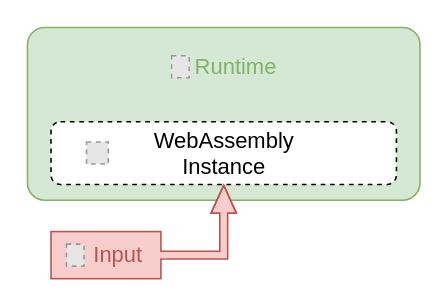
martin-fink/msc-thesis keeps this draw.io diagram as figures/sources/wasm-internal-mem-safety.drawio. Above is the earlier version. Source tidied: cells renumbered, new cells numbered last; positions are measured from the earlier drawing's top-left corner, leaving out a move shared by most shapes. Both pictures are drawn from the tidied source at 157%, with x=0, y=0 at pixel (27, 27). Pictures stored in the file or linked from it are replaced by grey dashed boxes.
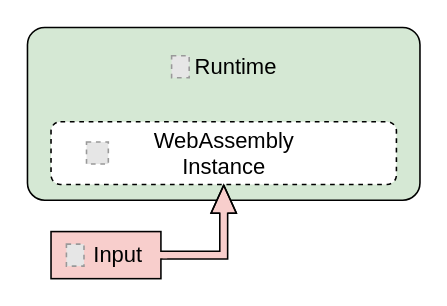
After the change.

What changed in the source:
```diff
@@
 <mxGraphModel>
   <root>
     <mxCell id="0" />
     <mxCell id="1" parent="0" />
-    <mxCell id="2" style="rounded=1;whiteSpace=wrap;html=1;arcSize=10;fillColor=#d5e8d4;strokeColor=#82b366;" parent="1" vertex="1">
+    <mxCell id="2" style="rounded=1;whiteSpace=wrap;html=1;arcSize=10;fillColor=#d5e8d4;strokeColor=#000000;" parent="1" vertex="1">
       <mxGeometry width="250" height="110" as="geometry" />
     </mxCell>
     <mxCell id="3" style="rounded=1;whiteSpace=wrap;html=1;arcSize=15;dashed=1;" parent="1" vertex="1">
       <mxGeometry x="15" y="60" width="220" height="40" as="geometry" />
     </mxCell>
     <mxCell id="4" value="WebAssembly Instance" style="text;html=1;strokeColor=none;fillColor=none;align=center;verticalAlign=middle;whiteSpace=wrap;rounded=0;fontSize=14;fontFamily=Computer Modern;" parent="1" vertex="1">
       <mxGeometry x="51.5" y="65" width="147" height="30" as="geometry" />
     </mxCell>
-    <mxCell id="5" style="edgeStyle=orthogonalEdgeStyle;rounded=0;jettySize=auto;html=1;entryX=0.5;entryY=1;entryDx=0;entryDy=0;shape=flexArrow;fillColor=#f8cecc;width=5;endSize=5.6000000000000005;endWidth=10.15763168012303;strokeColor=#b85450;" parent="1" edge="1" source="6" target="3">
+    <mxCell id="5" style="edgeStyle=orthogonalEdgeStyle;rounded=0;jettySize=auto;html=1;entryX=0.5;entryY=1;entryDx=0;entryDy=0;shape=flexArrow;fillColor=#f8cecc;width=5;endSize=5.6000000000000005;endWidth=10.15763168012303;strokeColor=#000000;" parent="1" edge="1" source="6" target="3">
       <mxGeometry relative="1" as="geometry">
         <Array as="points">
           <mxPoint x="125" y="145" />
         </Array>
       </mxGeometry>
     </mxCell>
-    <mxCell id="6" style="rounded=0;whiteSpace=wrap;html=1;fillColor=#f8cecc;strokeColor=#b85450;" parent="1" vertex="1">
+    <mxCell id="6" style="rounded=0;whiteSpace=wrap;html=1;fillColor=#f8cecc;strokeColor=#000000;" parent="1" vertex="1">
       <mxGeometry x="15" y="130" width="70" height="30" as="geometry" />
     </mxCell>
-    <mxCell id="7" value="Input" style="text;html=1;strokeColor=none;fillColor=none;align=center;verticalAlign=middle;whiteSpace=wrap;rounded=0;fontSize=14;fontFamily=Computer Modern;fontColor=#b85450;" parent="1" vertex="1">
+    <mxCell id="7" value="Input" style="text;html=1;strokeColor=none;fillColor=none;align=center;verticalAlign=middle;whiteSpace=wrap;rounded=0;fontSize=14;fontFamily=Computer Modern;fontColor=#000000;" parent="1" vertex="1">
       <mxGeometry x="36" y="130" width="44" height="30" as="geometry" />
     </mxCell>
-    <mxCell id="8" style="fillColor=#E6E6E6;strokeColor=#999999;dashed=1;verticalLabelPosition=bottom;labelBackgroundColor=default;verticalAlign=top;" parent="1" vertex="1">
-      <mxGeometry x="24.8" y="138" width="11.2" height="14" as="geometry" />
-    </mxCell>
-    <mxCell id="9" value="Runtime" style="text;html=1;strokeColor=none;fillColor=none;align=center;verticalAlign=middle;whiteSpace=wrap;rounded=0;fontSize=14;fontFamily=Computer Modern;fontColor=#82b366;" parent="1" vertex="1">
+    <mxCell id="9" value="Runtime" style="text;html=1;strokeColor=none;fillColor=none;align=center;verticalAlign=middle;whiteSpace=wrap;rounded=0;fontSize=14;fontFamily=Computer Modern;fontColor=#000000;" parent="1" vertex="1">
       <mxGeometry x="103" y="10" width="60" height="30" as="geometry" />
     </mxCell>
-    <mxCell id="10" style="fillColor=#E6E6E6;strokeColor=#999999;dashed=1;verticalLabelPosition=bottom;labelBackgroundColor=default;verticalAlign=top;" parent="1" vertex="1">
-      <mxGeometry x="91.8" y="18" width="11.2" height="14" as="geometry" />
-    </mxCell>
     <mxCell id="11" style="rounded=0;whiteSpace=wrap;html=1;strokeColor=none;fillColor=#f8cecc;" parent="1" vertex="1">
       <mxGeometry x="83" y="143" width="6" height="4" as="geometry" />
     </mxCell>
     <mxCell id="12" style="fillColor=#E6E6E6;strokeColor=#999999;dashed=1;verticalLabelPosition=bottom;labelBackgroundColor=default;verticalAlign=top;" parent="1" vertex="1">
       <mxGeometry x="37.6" y="73" width="13.9" height="14" as="geometry" />
     </mxCell>
+    <mxCell id="10" style="fillColor=#E6E6E6;strokeColor=#999999;dashed=1;verticalLabelPosition=bottom;labelBackgroundColor=default;verticalAlign=top;" parent="1" vertex="1">
+      <mxGeometry x="91.8" y="18" width="11.2" height="14" as="geometry" />
+    </mxCell>
+    <mxCell id="8" style="fillColor=#E6E6E6;strokeColor=#999999;dashed=1;verticalLabelPosition=bottom;labelBackgroundColor=default;verticalAlign=top;" parent="1" vertex="1">
+      <mxGeometry x="24.8" y="138" width="11.2" height="14" as="geometry" />
+    </mxCell>
   </root>
 </mxGraphModel>
```
